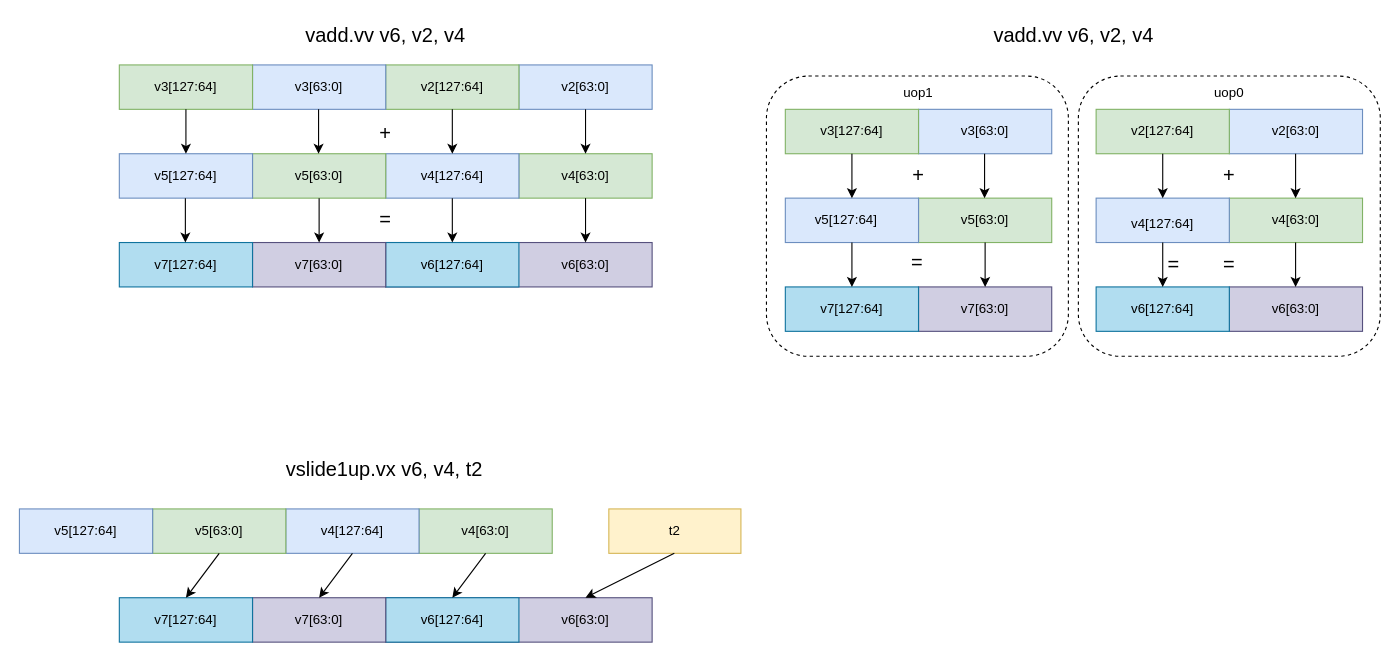
The draw.io diagram vector1.drawio in Ziyue-Zhang/draw_picture, before the edit. Source tidied: cells renumbered, new cells numbered last; positions are measured from the earlier drawing's top-left corner, leaving out a move shared by most shapes. Both pictures are drawn from the tidied source at 111%, with x=0, y=0 at pixel (19, 19).
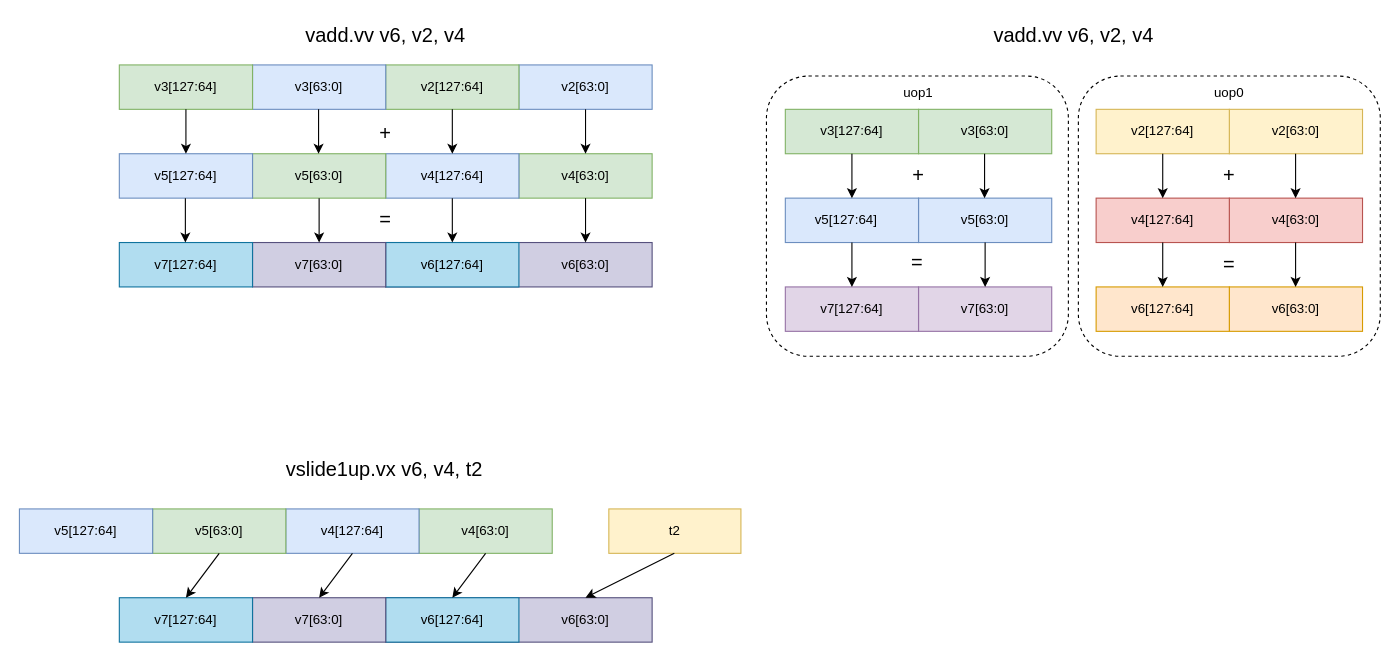
After the change.

What changed in the source:
```diff
@@
-    <mxCell id="61" style="rounded=0;whiteSpace=wrap;html=1;fillColor=#dae8fc;strokeColor=#6c8ebf;" parent="1" vertex="1">
+    <mxCell id="61" style="rounded=0;whiteSpace=wrap;html=1;fillColor=#fff2cc;strokeColor=#d6b656;" parent="1" vertex="1">
       <mxGeometry x="1090" y="81" width="120" height="40" as="geometry" />
     </mxCell>
-    <mxCell id="62" style="rounded=0;whiteSpace=wrap;html=1;fillColor=#d5e8d4;strokeColor=#82b366;" parent="1" vertex="1">
+    <mxCell id="62" style="rounded=0;whiteSpace=wrap;html=1;fillColor=#fff2cc;strokeColor=#d6b656;" parent="1" vertex="1">
       <mxGeometry x="970" y="81" width="120" height="40" as="geometry" />
     </mxCell>
-    <mxCell id="63" style="rounded=0;whiteSpace=wrap;html=1;fillColor=#dae8fc;strokeColor=#6c8ebf;" parent="1" vertex="1">
+    <mxCell id="63" style="rounded=0;whiteSpace=wrap;html=1;fillColor=#d5e8d4;strokeColor=#82b366;" parent="1" vertex="1">
       <mxGeometry x="810" y="81" width="120" height="40" as="geometry" />
     </mxCell>
@@
-    <mxCell id="69" style="rounded=0;whiteSpace=wrap;html=1;fillColor=#d5e8d4;strokeColor=#82b366;" parent="1" vertex="1">
+    <mxCell id="69" style="rounded=0;whiteSpace=wrap;html=1;fillColor=#f8cecc;strokeColor=#b85450;" parent="1" vertex="1">
       <mxGeometry x="1090" y="161" width="120" height="40" as="geometry" />
     </mxCell>
-    <mxCell id="70" style="rounded=0;whiteSpace=wrap;html=1;fillColor=#dae8fc;strokeColor=#6c8ebf;" parent="1" vertex="1">
+    <mxCell id="70" style="rounded=0;whiteSpace=wrap;html=1;fillColor=#f8cecc;strokeColor=#b85450;" parent="1" vertex="1">
       <mxGeometry x="970" y="161" width="120" height="40" as="geometry" />
     </mxCell>
-    <mxCell id="71" style="rounded=0;whiteSpace=wrap;html=1;fillColor=#d5e8d4;strokeColor=#82b366;" parent="1" vertex="1">
+    <mxCell id="71" style="rounded=0;whiteSpace=wrap;html=1;fillColor=#dae8fc;strokeColor=#6c8ebf;" parent="1" vertex="1">
       <mxGeometry x="810" y="161" width="120" height="40" as="geometry" />
     </mxCell>
@@
     <mxCell id="75" value="v4[127:64]" style="text;html=1;strokeColor=none;fillColor=none;align=center;verticalAlign=middle;whiteSpace=wrap;rounded=0;" parent="1" vertex="1">
-      <mxGeometry x="1000" y="171" width="60" height="25" as="geometry" />
+      <mxGeometry x="1000" y="168.5" width="60" height="25" as="geometry" />
     </mxCell>
@@
-    <mxCell id="77" style="rounded=0;whiteSpace=wrap;html=1;fillColor=#d0cee2;strokeColor=#56517e;" parent="1" vertex="1">
+    <mxCell id="77" style="rounded=0;whiteSpace=wrap;html=1;fillColor=#ffe6cc;strokeColor=#d79b00;" parent="1" vertex="1">
       <mxGeometry x="1090" y="241" width="120" height="40" as="geometry" />
     </mxCell>
-    <mxCell id="78" style="rounded=0;whiteSpace=wrap;html=1;fillColor=#b1ddf0;strokeColor=#10739e;" parent="1" vertex="1">
+    <mxCell id="78" style="rounded=0;whiteSpace=wrap;html=1;fillColor=#ffe6cc;strokeColor=#d79b00;" parent="1" vertex="1">
       <mxGeometry x="970" y="241" width="120" height="40" as="geometry" />
     </mxCell>
-    <mxCell id="79" style="rounded=0;whiteSpace=wrap;html=1;fillColor=#d0cee2;strokeColor=#56517e;" parent="1" vertex="1">
+    <mxCell id="79" style="rounded=0;whiteSpace=wrap;html=1;fillColor=#e1d5e7;strokeColor=#9673a6;" parent="1" vertex="1">
       <mxGeometry x="810" y="241" width="120" height="40" as="geometry" />
     </mxCell>
-    <mxCell id="80" style="rounded=0;whiteSpace=wrap;html=1;fillColor=#b1ddf0;strokeColor=#10739e;" parent="1" vertex="1">
+    <mxCell id="80" style="rounded=0;whiteSpace=wrap;html=1;fillColor=#e1d5e7;strokeColor=#9673a6;" parent="1" vertex="1">
       <mxGeometry x="690" y="241" width="120" height="40" as="geometry" />
     </mxCell>
@@
-    <mxCell id="98" value="&lt;font style=&quot;font-size: 18px;&quot;&gt;=&lt;/font&gt;" style="text;html=1;strokeColor=none;fillColor=none;align=center;verticalAlign=middle;whiteSpace=wrap;rounded=0;" parent="1" vertex="1">
-      <mxGeometry x="1010" y="206" width="60" height="30" as="geometry" />
-    </mxCell>
```
